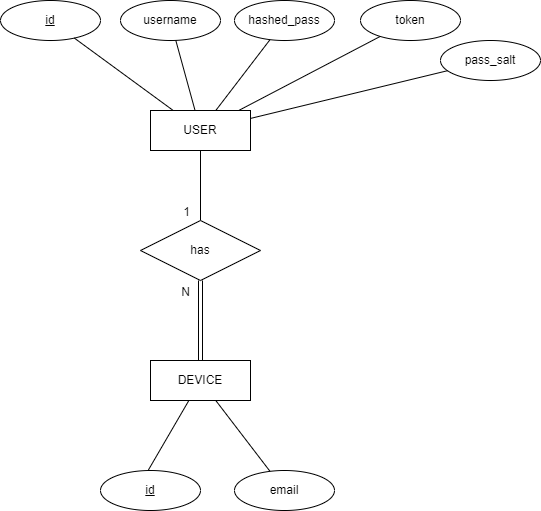
Before: Diagrams/PostgresDB-diagram.drawio.png, a diagram exported from draw.io (MiguelRocha2001/PS-Monitor-IoT-System). Source tidied: cells renumbered, new cells last; positions are measured from the earlier drawing's top-left corner, leaving out a move shared by most shapes. The source it was exported from:
```xml
<mxGraphModel>
  <root>
    <mxCell id="0" />
    <mxCell id="1" parent="0" />
    <mxCell id="2" style="endArrow=none;html=1;rounded=0;" parent="1" edge="1" target="20">
      <mxGeometry relative="1" as="geometry">
        <mxPoint x="147.5" y="470.2" as="sourcePoint" />
      </mxGeometry>
    </mxCell>
    <mxCell id="3" style="endArrow=none;html=1;rounded=0;" parent="1" edge="1" source="4" target="20">
      <mxGeometry relative="1" as="geometry" />
    </mxCell>
    <mxCell id="4" value="email" style="ellipse;whiteSpace=wrap;html=1;align=center;" parent="1" vertex="1">
      <mxGeometry x="234" y="470" width="100" height="40" as="geometry" />
    </mxCell>
    <mxCell id="5" value="USER" style="whiteSpace=wrap;html=1;align=center;" parent="1" vertex="1">
      <mxGeometry x="150" y="110" width="100" height="40" as="geometry" />
    </mxCell>
    <mxCell id="6" value="id" style="ellipse;whiteSpace=wrap;html=1;align=center;fontStyle=4;" parent="1" vertex="1">
      <mxGeometry width="100" height="40" as="geometry" />
    </mxCell>
    <mxCell id="7" style="endArrow=none;html=1;rounded=0;" parent="1" edge="1" source="6" target="5">
      <mxGeometry relative="1" as="geometry" />
    </mxCell>
    <mxCell id="8" value="username" style="ellipse;whiteSpace=wrap;html=1;align=center;" parent="1" vertex="1">
      <mxGeometry x="120" width="100" height="40" as="geometry" />
    </mxCell>
    <mxCell id="9" style="endArrow=none;html=1;rounded=0;" parent="1" edge="1" source="8" target="5">
      <mxGeometry relative="1" as="geometry" />
    </mxCell>
    <mxCell id="10" style="endArrow=none;html=1;rounded=0;" parent="1" edge="1" source="11" target="5">
      <mxGeometry relative="1" as="geometry" />
    </mxCell>
    <mxCell id="11" value="hashed_pass" style="ellipse;whiteSpace=wrap;html=1;align=center;fontSize=12;" parent="1" vertex="1">
      <mxGeometry x="234" width="100" height="40" as="geometry" />
    </mxCell>
    <mxCell id="12" value="token" style="ellipse;whiteSpace=wrap;html=1;align=center;" parent="1" vertex="1">
      <mxGeometry x="360" width="100" height="40" as="geometry" />
    </mxCell>
    <mxCell id="13" style="endArrow=none;html=1;rounded=0;" parent="1" edge="1" source="12" target="5">
      <mxGeometry relative="1" as="geometry" />
    </mxCell>
    <mxCell id="14" style="endArrow=none;html=1;rounded=0;" parent="1" edge="1" source="5" target="22">
      <mxGeometry relative="1" as="geometry" />
    </mxCell>
    <mxCell id="15" value="1" style="html=1;align=right;verticalAlign=bottom;" parent="14" vertex="1">
      <mxGeometry x="1" relative="1" as="geometry">
        <mxPoint x="-10" as="offset" />
      </mxGeometry>
    </mxCell>
    <mxCell id="16" style="endArrow=none;html=1;rounded=0;shape=link;exitX=0.5;exitY=0;exitDx=0;exitDy=0;" parent="1" edge="1" source="20" target="22">
      <mxGeometry relative="1" as="geometry" />
    </mxCell>
    <mxCell id="17" value="N" style="html=1;align=right;verticalAlign=bottom;" parent="16" vertex="1">
      <mxGeometry x="1" relative="1" as="geometry">
        <mxPoint x="-10" y="20" as="offset" />
      </mxGeometry>
    </mxCell>
    <mxCell id="18" value="pass_salt" style="ellipse;whiteSpace=wrap;html=1;align=center;" parent="1" vertex="1">
      <mxGeometry x="440" y="40" width="100" height="40" as="geometry" />
    </mxCell>
    <mxCell id="19" style="endArrow=none;html=1;rounded=0;" parent="1" edge="1" source="18" target="5">
      <mxGeometry relative="1" as="geometry" />
    </mxCell>
    <mxCell id="20" value="DEVICE" style="whiteSpace=wrap;html=1;align=center;" parent="1" vertex="1">
      <mxGeometry x="150" y="360" width="100" height="40" as="geometry" />
    </mxCell>
    <mxCell id="21" value="id" style="ellipse;whiteSpace=wrap;html=1;align=center;fontStyle=4;" parent="1" vertex="1">
      <mxGeometry x="100" y="470" width="100" height="40" as="geometry" />
    </mxCell>
    <mxCell id="22" value="has" style="shape=rhombus;perimeter=rhombusPerimeter;whiteSpace=wrap;html=1;align=center;" parent="1" vertex="1">
      <mxGeometry x="140" y="220" width="120" height="60" as="geometry" />
    </mxCell>
  </root>
</mxGraphModel>
```
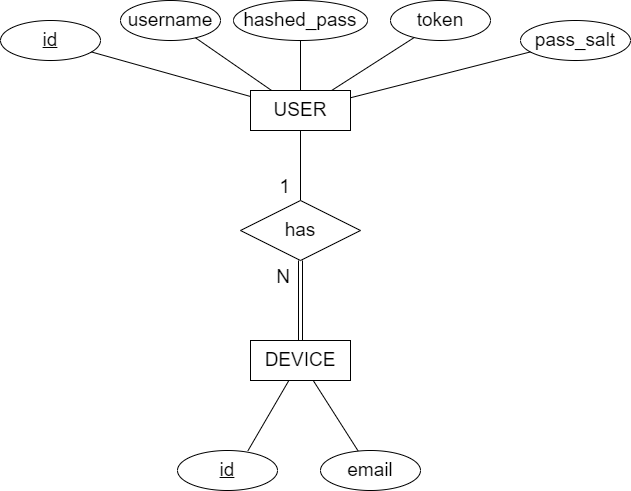
After the change.

Diff of the diagram source:
```diff
@@ -10,20 +10,20 @@
     <mxCell id="3" style="endArrow=none;html=1;rounded=0;" parent="1" edge="1" source="4" target="20">
       <mxGeometry relative="1" as="geometry" />
     </mxCell>
-    <mxCell id="4" value="email" style="ellipse;whiteSpace=wrap;html=1;align=center;" parent="1" vertex="1">
-      <mxGeometry x="234" y="470" width="100" height="40" as="geometry" />
+    <mxCell id="4" value="&lt;font style=&quot;font-size: 19px;&quot;&gt;email&lt;/font&gt;" style="ellipse;whiteSpace=wrap;html=1;align=center;" parent="1" vertex="1">
+      <mxGeometry x="220" y="470" width="100" height="40" as="geometry" />
     </mxCell>
-    <mxCell id="5" value="USER" style="whiteSpace=wrap;html=1;align=center;" parent="1" vertex="1">
+    <mxCell id="5" value="&lt;font style=&quot;font-size: 19px;&quot;&gt;USER&lt;/font&gt;" style="whiteSpace=wrap;html=1;align=center;" parent="1" vertex="1">
       <mxGeometry x="150" y="110" width="100" height="40" as="geometry" />
     </mxCell>
-    <mxCell id="6" value="id" style="ellipse;whiteSpace=wrap;html=1;align=center;fontStyle=4;" parent="1" vertex="1">
-      <mxGeometry width="100" height="40" as="geometry" />
+    <mxCell id="6" value="&lt;font style=&quot;font-size: 19px;&quot;&gt;id&lt;/font&gt;" style="ellipse;whiteSpace=wrap;html=1;align=center;fontStyle=4;" parent="1" vertex="1">
+      <mxGeometry x="-100" y="40" width="100" height="40" as="geometry" />
     </mxCell>
     <mxCell id="7" style="endArrow=none;html=1;rounded=0;" parent="1" edge="1" source="6" target="5">
       <mxGeometry relative="1" as="geometry" />
     </mxCell>
-    <mxCell id="8" value="username" style="ellipse;whiteSpace=wrap;html=1;align=center;" parent="1" vertex="1">
-      <mxGeometry x="120" width="100" height="40" as="geometry" />
+    <mxCell id="8" value="&lt;font style=&quot;font-size: 19px;&quot;&gt;username&lt;/font&gt;" style="ellipse;whiteSpace=wrap;html=1;align=center;" parent="1" vertex="1">
+      <mxGeometry x="20" y="20" width="100" height="40" as="geometry" />
     </mxCell>
     <mxCell id="9" style="endArrow=none;html=1;rounded=0;" parent="1" edge="1" source="8" target="5">
       <mxGeometry relative="1" as="geometry" />
@@ -31,11 +31,11 @@
     <mxCell id="10" style="endArrow=none;html=1;rounded=0;" parent="1" edge="1" source="11" target="5">
       <mxGeometry relative="1" as="geometry" />
     </mxCell>
-    <mxCell id="11" value="hashed_pass" style="ellipse;whiteSpace=wrap;html=1;align=center;fontSize=12;" parent="1" vertex="1">
-      <mxGeometry x="234" width="100" height="40" as="geometry" />
+    <mxCell id="11" value="&lt;font style=&quot;font-size: 19px;&quot;&gt;hashed_pass&lt;/font&gt;" style="ellipse;whiteSpace=wrap;html=1;align=center;fontSize=12;" parent="1" vertex="1">
+      <mxGeometry x="133" y="20" width="134" height="40" as="geometry" />
     </mxCell>
-    <mxCell id="12" value="token" style="ellipse;whiteSpace=wrap;html=1;align=center;" parent="1" vertex="1">
-      <mxGeometry x="360" width="100" height="40" as="geometry" />
+    <mxCell id="12" value="&lt;font style=&quot;font-size: 19px;&quot;&gt;token&lt;/font&gt;" style="ellipse;whiteSpace=wrap;html=1;align=center;" parent="1" vertex="1">
+      <mxGeometry x="290" y="20" width="100" height="40" as="geometry" />
     </mxCell>
     <mxCell id="13" style="endArrow=none;html=1;rounded=0;" parent="1" edge="1" source="12" target="5">
       <mxGeometry relative="1" as="geometry" />
@@ -43,7 +43,7 @@
     <mxCell id="14" style="endArrow=none;html=1;rounded=0;" parent="1" edge="1" source="5" target="22">
       <mxGeometry relative="1" as="geometry" />
     </mxCell>
-    <mxCell id="15" value="1" style="html=1;align=right;verticalAlign=bottom;" parent="14" vertex="1">
+    <mxCell id="15" value="&lt;font style=&quot;font-size: 19px;&quot;&gt;1&lt;/font&gt;" style="html=1;align=right;verticalAlign=bottom;" parent="14" vertex="1">
       <mxGeometry x="1" relative="1" as="geometry">
         <mxPoint x="-10" as="offset" />
       </mxGeometry>
@@ -51,24 +51,24 @@
     <mxCell id="16" style="endArrow=none;html=1;rounded=0;shape=link;exitX=0.5;exitY=0;exitDx=0;exitDy=0;" parent="1" edge="1" source="20" target="22">
       <mxGeometry relative="1" as="geometry" />
     </mxCell>
-    <mxCell id="17" value="N" style="html=1;align=right;verticalAlign=bottom;" parent="16" vertex="1">
+    <mxCell id="17" value="&lt;font style=&quot;font-size: 19px;&quot;&gt;N&lt;/font&gt;" style="html=1;align=right;verticalAlign=bottom;" parent="16" vertex="1">
       <mxGeometry x="1" relative="1" as="geometry">
-        <mxPoint x="-10" y="20" as="offset" />
+        <mxPoint x="-10" y="30" as="offset" />
       </mxGeometry>
     </mxCell>
-    <mxCell id="18" value="pass_salt" style="ellipse;whiteSpace=wrap;html=1;align=center;" parent="1" vertex="1">
-      <mxGeometry x="440" y="40" width="100" height="40" as="geometry" />
+    <mxCell id="18" value="&lt;font style=&quot;font-size: 19px;&quot;&gt;pass_salt&lt;/font&gt;" style="ellipse;whiteSpace=wrap;html=1;align=center;" parent="1" vertex="1">
+      <mxGeometry x="420" y="40" width="110" height="40" as="geometry" />
     </mxCell>
     <mxCell id="19" style="endArrow=none;html=1;rounded=0;" parent="1" edge="1" source="18" target="5">
       <mxGeometry relative="1" as="geometry" />
     </mxCell>
-    <mxCell id="20" value="DEVICE" style="whiteSpace=wrap;html=1;align=center;" parent="1" vertex="1">
+    <mxCell id="20" value="&lt;font style=&quot;font-size: 19px;&quot;&gt;DEVICE&lt;/font&gt;" style="whiteSpace=wrap;html=1;align=center;" parent="1" vertex="1">
       <mxGeometry x="150" y="360" width="100" height="40" as="geometry" />
     </mxCell>
-    <mxCell id="21" value="id" style="ellipse;whiteSpace=wrap;html=1;align=center;fontStyle=4;" parent="1" vertex="1">
-      <mxGeometry x="100" y="470" width="100" height="40" as="geometry" />
+    <mxCell id="21" value="&lt;font style=&quot;font-size: 19px;&quot;&gt;id&lt;/font&gt;" style="ellipse;whiteSpace=wrap;html=1;align=center;fontStyle=4;" parent="1" vertex="1">
+      <mxGeometry x="77" y="470" width="100" height="40" as="geometry" />
     </mxCell>
-    <mxCell id="22" value="has" style="shape=rhombus;perimeter=rhombusPerimeter;whiteSpace=wrap;html=1;align=center;" parent="1" vertex="1">
+    <mxCell id="22" value="&lt;font style=&quot;font-size: 19px;&quot;&gt;has&lt;/font&gt;" style="shape=rhombus;perimeter=rhombusPerimeter;whiteSpace=wrap;html=1;align=center;" parent="1" vertex="1">
       <mxGeometry x="140" y="220" width="120" height="60" as="geometry" />
     </mxCell>
   </root>
```
